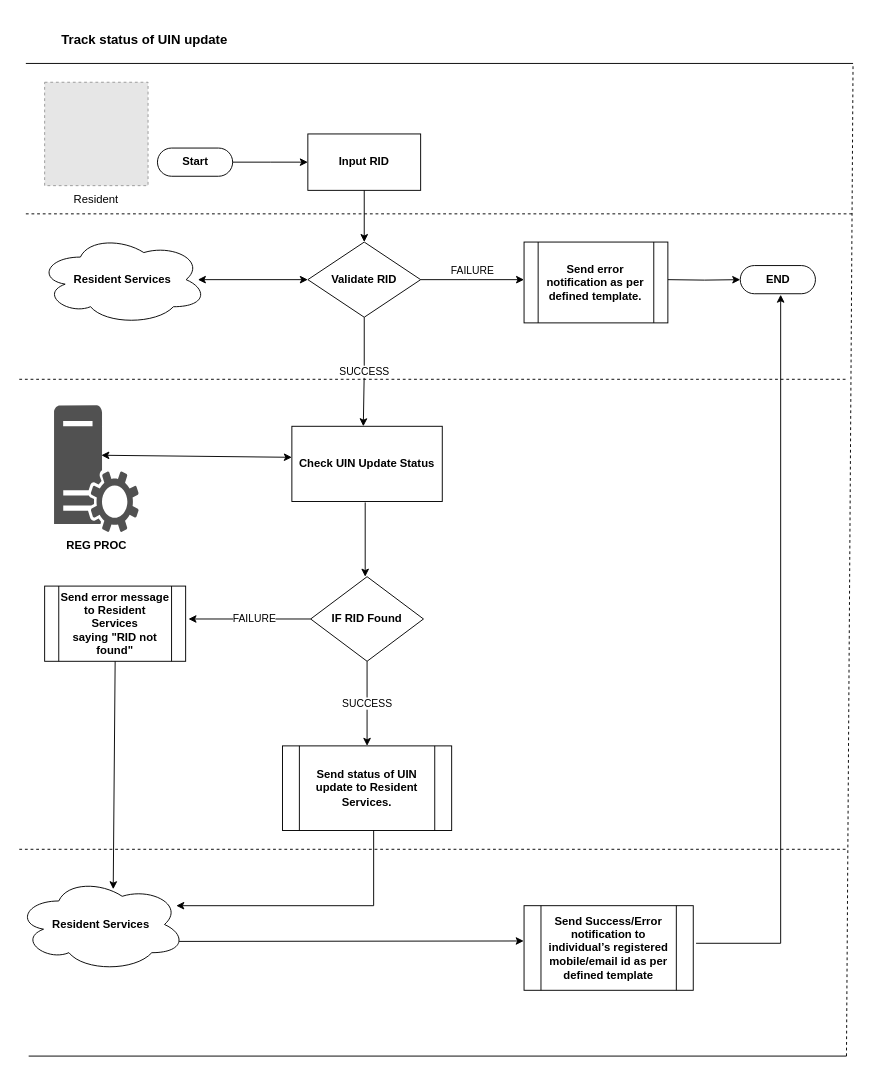
This is page "MOS-23860" (1 of 12) of _files/requirements/final_process_flows/Resident Service.drawio from ssenmosip/mosip-temp-documentation, a draw.io file, before an edit. Source tidied: cells renumbered, new cells numbered last; positions are measured from the earlier drawing's top-left corner, leaving out a move shared by most shapes. Both pictures are drawn from the tidied source at 94%, with x=0, y=0 at pixel (16, 16). Pictures stored in the file or linked from it are replaced by grey dashed boxes.
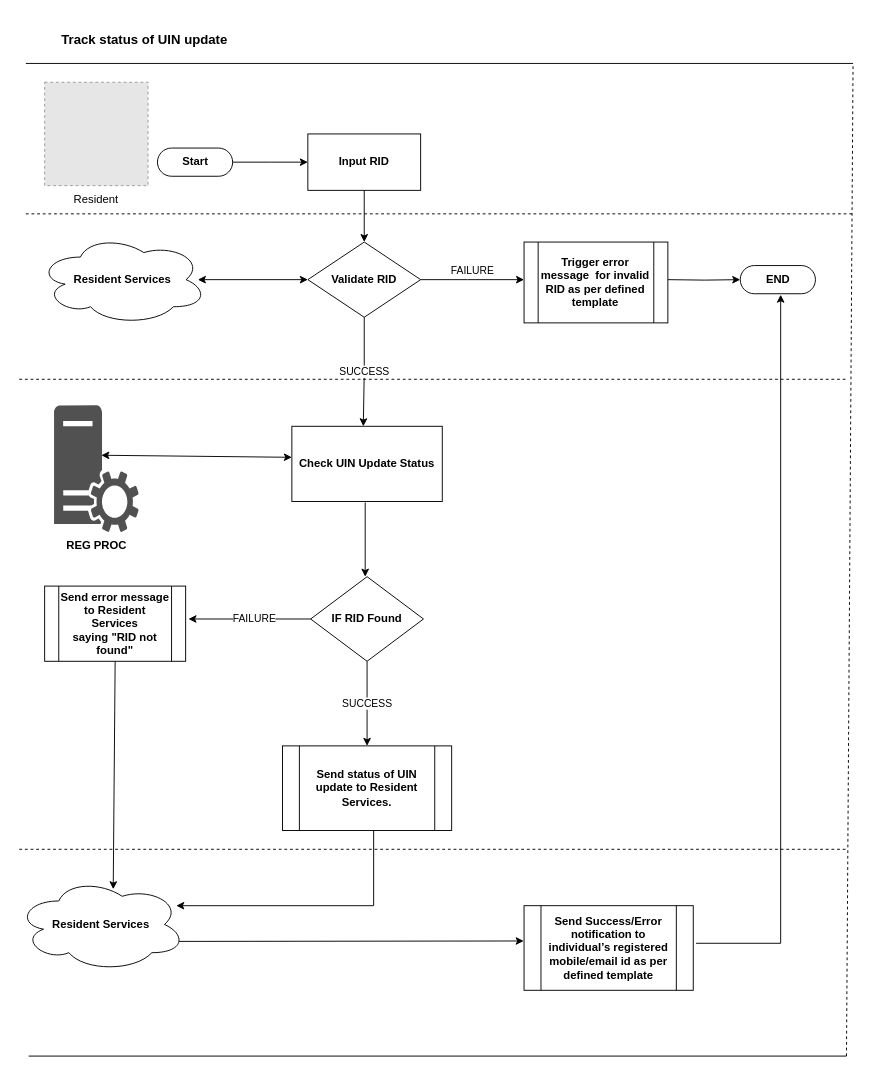
The same diagram, later.

What changed in the source:
```diff
@@
-    <mxCell id="13" value="&lt;b&gt;Send error notification as per defined template.&lt;/b&gt;" style="shape=process;whiteSpace=wrap;html=1;backgroundOutline=1;" parent="1" vertex="1">
+    <mxCell id="13" value="&lt;b&gt;Trigger error message&amp;nbsp; for invalid RID as per defined template&lt;/b&gt;" style="shape=process;whiteSpace=wrap;html=1;backgroundOutline=1;" parent="1" vertex="1">
       <mxGeometry x="540" y="240" width="153" height="86" as="geometry" />
     </mxCell>
```
